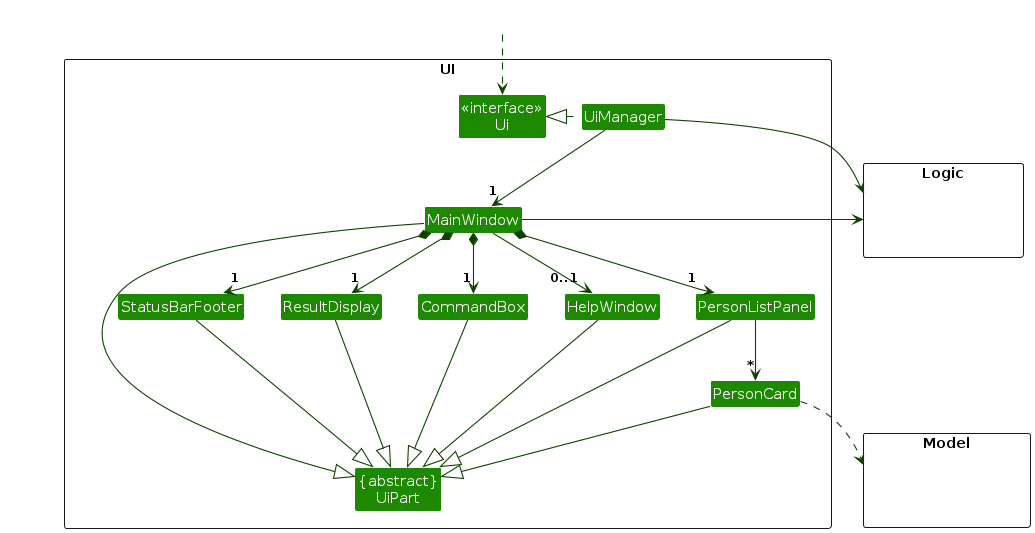
This is diagrams/UiClassDiagram.png from AY2627S1-CS2103T-F14a-2/tp, a PlantUML export, as it was before one commit. Its source is kept beside it as diagrams/UiClassDiagram.puml.
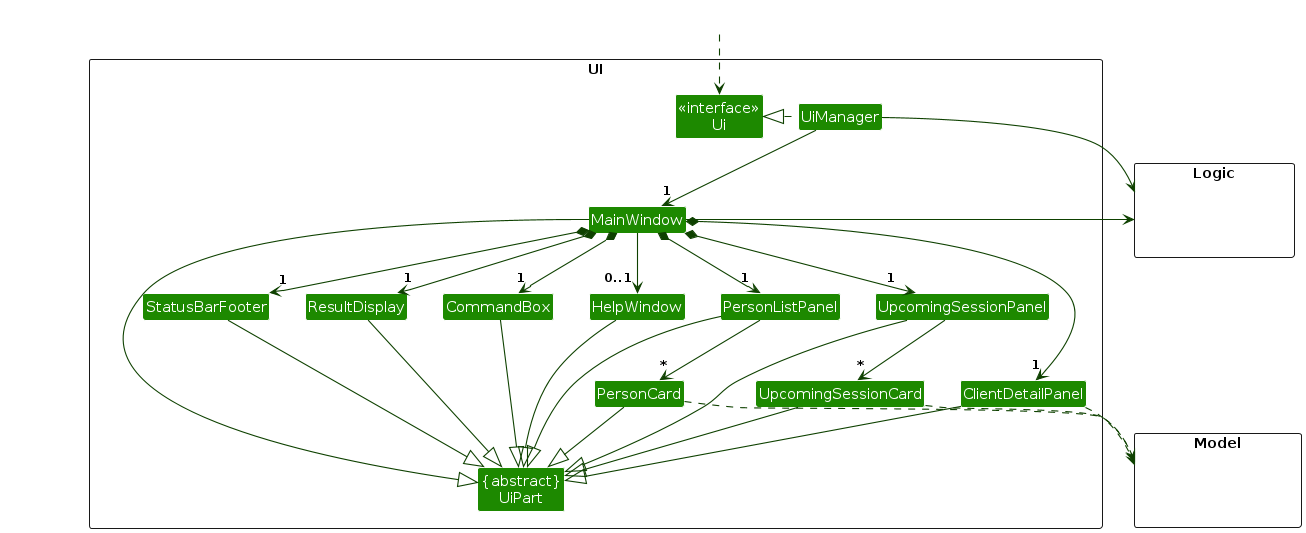
Above is the later version.

Change to the diagram source:
```diff
@@ -13,6 +13,9 @@
 Class ResultDisplay
 Class PersonListPanel
 Class PersonCard
+Class UpcomingSessionPanel
+Class UpcomingSessionCard
+Class ClientDetailPanel
 Class StatusBarFooter
 Class CommandBox
 }
@@ -33,10 +36,13 @@
 MainWindow *-down->  "1" CommandBox
 MainWindow *-down-> "1" ResultDisplay
 MainWindow *-down-> "1" PersonListPanel
+MainWindow *-down-> "1" UpcomingSessionPanel
+MainWindow *-down-> "1" ClientDetailPanel
 MainWindow *-down-> "1" StatusBarFooter
 MainWindow --> "0..1" HelpWindow
 
 PersonListPanel -down-> "*" PersonCard
+UpcomingSessionPanel -down-> "*" UpcomingSessionCard
 
 MainWindow -left-|> UiPart
 
@@ -44,10 +50,15 @@
 CommandBox --|> UiPart
 PersonListPanel --|> UiPart
 PersonCard --|> UiPart
+UpcomingSessionPanel --|> UiPart
+UpcomingSessionCard --|> UiPart
+ClientDetailPanel --|> UiPart
 StatusBarFooter --|> UiPart
 HelpWindow --|> UiPart
 
 PersonCard ..> Model
+UpcomingSessionCard ..> Model
+ClientDetailPanel ..> Model
 UiManager -right-> Logic
 MainWindow -left-> Logic
 
```
